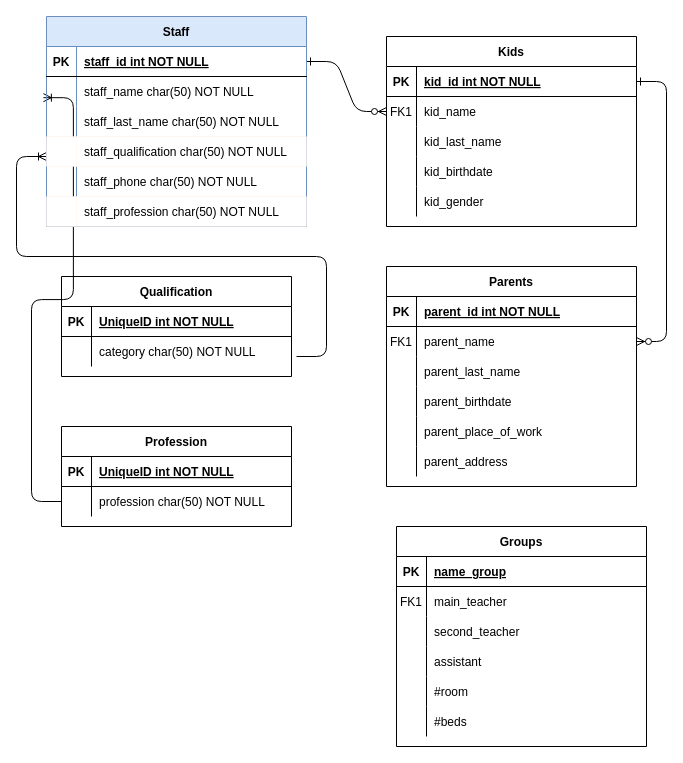
Above: page "Page-1" (1 of 2) of Untitled Diagram.drawio in Emma664/World-population (draw.io), before the change. Source tidied: cells renumbered, new cells numbered last; positions are measured from the earlier drawing's top-left corner, leaving out a move shared by most shapes. Both pictures are drawn from the tidied source at 100%, with x=0, y=0 at pixel (46, 16).
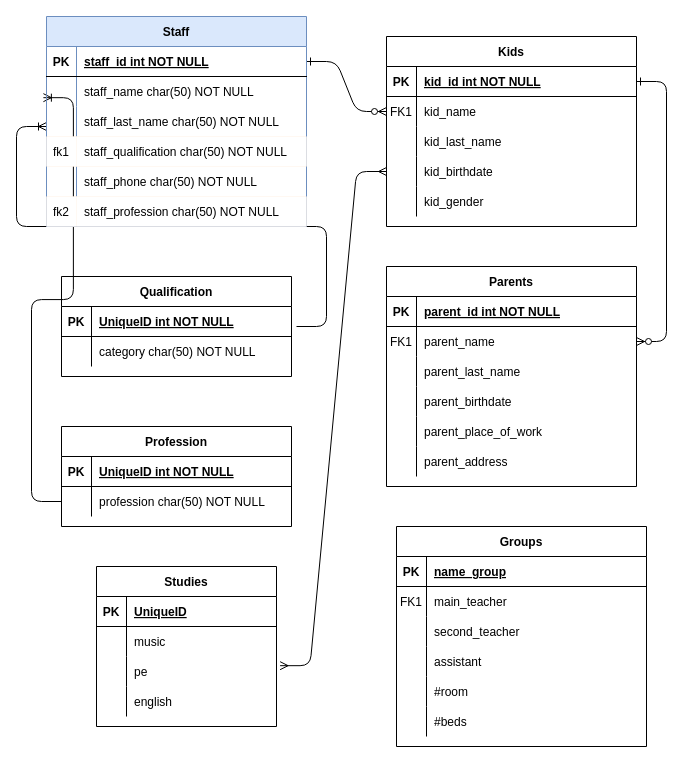
After the change.

The change refers to these unchanged cells:
```xml
<mxCell id="14" style="shape=partialRectangle;fillColor=none;points=[[0,0.5],[1,0.5]];portConstraint=eastwest;top=0;left=0;right=0;bottom=0;" parent="4" vertex="1">
  <mxGeometry y="120" width="250" height="30" as="geometry" />
</mxCell>
<mxCell id="84" style="shape=partialRectangle;fillColor=#ffe6cc;top=0;left=0;right=0;bottom=0;strokeColor=#d79b00;" parent="74" vertex="1">
  <mxGeometry y="120" width="260" height="30" as="geometry" />
</mxCell>
<mxCell id="90" style="shape=partialRectangle;fillColor=#ffe6cc;top=0;left=0;right=0;bottom=0;strokeColor=#d79b00;" parent="74" vertex="1">
  <mxGeometry y="180" width="260" height="30" as="geometry" />
</mxCell>
```

Diff of the diagram source:
```diff
@@
     <mxCell id="65" style="edgeStyle=entityRelationEdgeStyle;fontSize=12;html=1;endArrow=ERoneToMany;" parent="1" edge="1">
       <mxGeometry relative="1" as="geometry">
-        <mxPoint x="250" y="340" as="sourcePoint" />
-        <mxPoint y="140" as="targetPoint" />
+        <mxPoint x="250" y="310" as="sourcePoint" />
+        <mxPoint y="110" as="targetPoint" />
       </mxGeometry>
     </mxCell>
@@
-    <mxCell id="85" style="shape=partialRectangle;overflow=hidden;top=0;left=0;bottom=0;right=0;" parent="84" vertex="1">
+    <mxCell id="85" value="fk1" style="shape=partialRectangle;overflow=hidden;top=0;left=0;bottom=0;right=0;" parent="84" vertex="1">
       <mxGeometry width="30" height="30" as="geometry" />
     </mxCell>
@@
-    <mxCell id="91" style="shape=partialRectangle;overflow=hidden;top=0;left=0;bottom=0;right=0;" parent="90" vertex="1">
+    <mxCell id="91" value="fk2" style="shape=partialRectangle;overflow=hidden;top=0;left=0;bottom=0;right=0;" parent="90" vertex="1">
       <mxGeometry width="30" height="30" as="geometry" />
     </mxCell>
@@
+    <mxCell id="93" value="Studies" style="shape=table;startSize=30;childLayout=tableLayout;rowLines=0;fontStyle=1;align=center;" parent="1" vertex="1">
+      <mxGeometry x="50" y="550" width="180" height="160" as="geometry" />
+    </mxCell>
+    <mxCell id="94" style="shape=partialRectangle;fillColor=none;top=0;left=0;bottom=1;right=0;" parent="93" vertex="1">
+      <mxGeometry y="30" width="180" height="30" as="geometry" />
+    </mxCell>
+    <mxCell id="95" value="PK" style="shape=partialRectangle;fillColor=none;top=0;left=0;bottom=0;right=0;fontStyle=1;overflow=hidden;" parent="94" vertex="1">
+      <mxGeometry width="30" height="30" as="geometry" />
+    </mxCell>
+    <mxCell id="96" value="UniqueID" style="shape=partialRectangle;fillColor=none;top=0;left=0;bottom=0;right=0;align=left;spacingLeft=6;fontStyle=5;overflow=hidden;" parent="94" vertex="1">
+      <mxGeometry x="30" width="150" height="30" as="geometry" />
+    </mxCell>
+    <mxCell id="97" style="shape=partialRectangle;fillColor=none;top=0;left=0;bottom=0;right=0;" parent="93" vertex="1">
+      <mxGeometry y="60" width="180" height="30" as="geometry" />
+    </mxCell>
+    <mxCell id="98" style="shape=partialRectangle;fillColor=none;top=0;left=0;bottom=0;right=0;overflow=hidden;" parent="97" vertex="1">
+      <mxGeometry width="30" height="30" as="geometry" />
+    </mxCell>
+    <mxCell id="99" value="music" style="shape=partialRectangle;fillColor=none;top=0;left=0;bottom=0;right=0;align=left;spacingLeft=6;overflow=hidden;" parent="97" vertex="1">
+      <mxGeometry x="30" width="150" height="30" as="geometry" />
+    </mxCell>
+    <mxCell id="100" style="shape=partialRectangle;fillColor=none;top=0;left=0;bottom=0;right=0;points=[[0,0.5],[1,0.5]];portConstraint=eastwest;" parent="93" vertex="1">
+      <mxGeometry y="90" width="180" height="30" as="geometry" />
+    </mxCell>
+    <mxCell id="101" style="shape=partialRectangle;fillColor=none;top=0;left=0;bottom=0;right=0;overflow=hidden;" parent="100" vertex="1">
+      <mxGeometry width="30" height="30" as="geometry" />
+    </mxCell>
+    <mxCell id="102" value="pe" style="shape=partialRectangle;fillColor=none;top=0;left=0;bottom=0;right=0;align=left;spacingLeft=6;overflow=hidden;" parent="100" vertex="1">
+      <mxGeometry x="30" width="150" height="30" as="geometry" />
+    </mxCell>
+    <mxCell id="103" style="shape=partialRectangle;fillColor=none;top=0;left=0;bottom=0;right=0;" parent="93" vertex="1">
+      <mxGeometry y="120" width="180" height="30" as="geometry" />
+    </mxCell>
+    <mxCell id="104" style="shape=partialRectangle;fillColor=none;top=0;left=0;bottom=0;right=0;overflow=hidden;" parent="103" vertex="1">
+      <mxGeometry width="30" height="30" as="geometry" />
+    </mxCell>
+    <mxCell id="105" value="english" style="shape=partialRectangle;fillColor=none;top=0;left=0;bottom=0;right=0;align=left;spacingLeft=6;overflow=hidden;" parent="103" vertex="1">
+      <mxGeometry x="30" width="150" height="30" as="geometry" />
+    </mxCell>
+    <mxCell id="106" style="edgeStyle=entityRelationEdgeStyle;fontSize=12;html=1;endArrow=ERmany;startArrow=ERmany;exitX=1.02;exitY=0.306;exitDx=0;exitDy=0;exitPerimeter=0;" parent="1" edge="1" source="100" target="14">
+      <mxGeometry relative="1" as="geometry" />
+    </mxCell>
```
